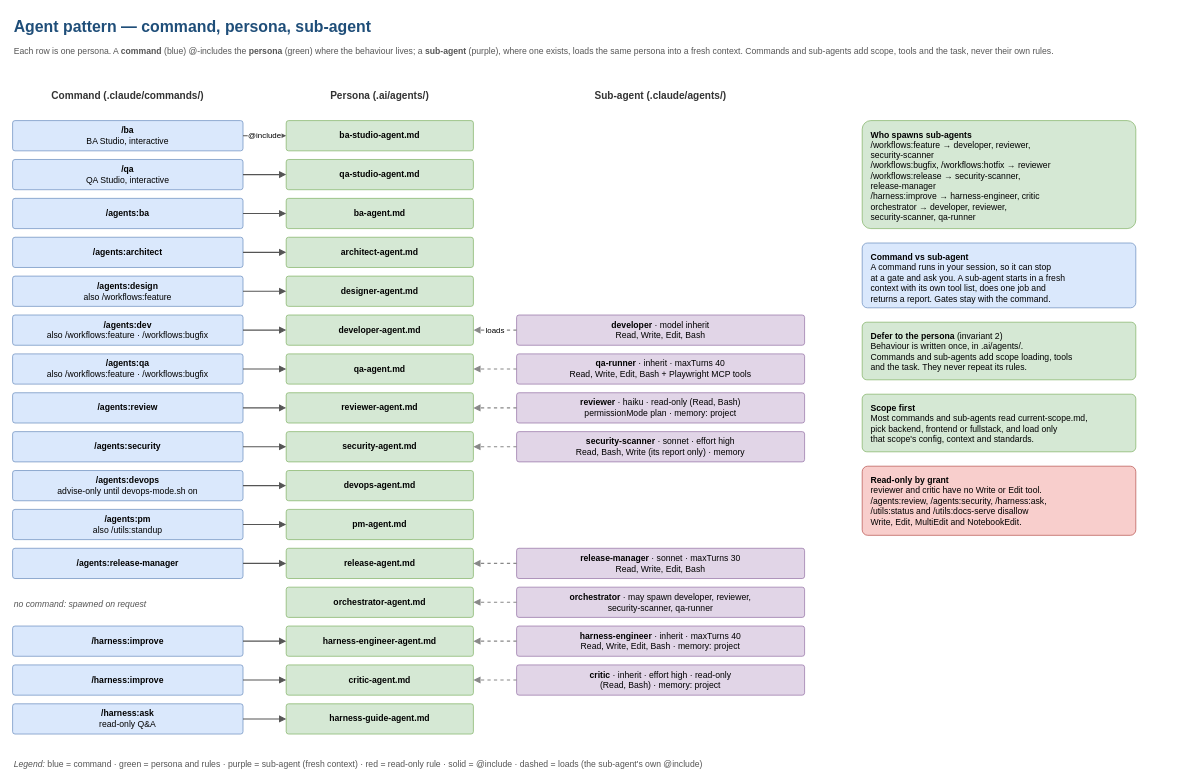
Above: page "2 Agent Pattern" (2 of 12) of docs/harness-docs/diagrams/ai-dev-harness/ai-dev-harness.drawio in absjabed/ai-dev-harness (draw.io), before the change. Source tidied: cells renumbered, new cells numbered last; positions are measured from the earlier drawing's top-left corner, leaving out a move shared by most shapes. Both pictures are drawn from the tidied source at 72%, with x=0, y=0 at pixel (12, 12).
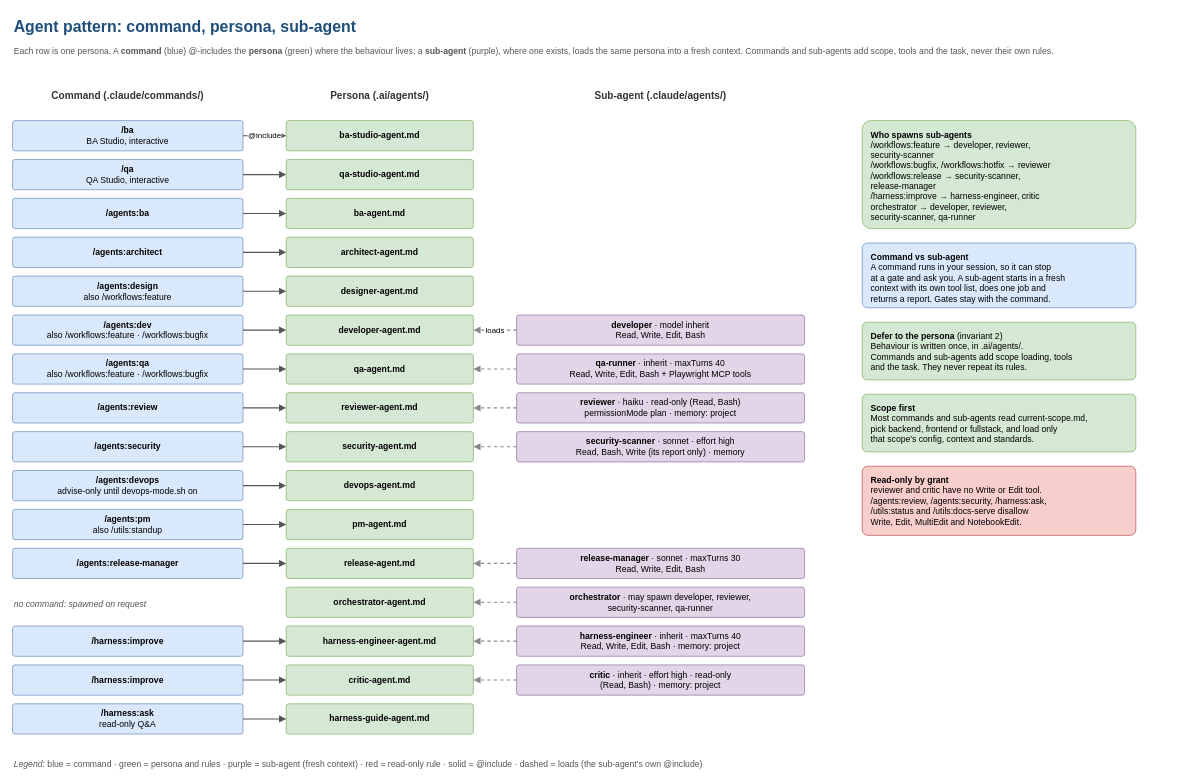
Above is the later version.

Diff of the diagram source:
```diff
@@
-    <mxCell id="2" value="Agent pattern — command, persona, sub-agent" style="text;fontSize=22;fontStyle=1;fontColor=#1f4e79;align=left;verticalAlign=middle;strokeColor=none;fillColor=none;html=1;whiteSpace=wrap;fontFamily=Helvetica;" parent="1" vertex="1">
+    <mxCell id="2" value="Agent pattern: command, persona, sub-agent" style="text;fontSize=22;fontStyle=1;fontColor=#1f4e79;align=left;verticalAlign=middle;strokeColor=none;fillColor=none;html=1;whiteSpace=wrap;fontFamily=Helvetica;" parent="1" vertex="1">
       <mxGeometry width="1200" height="40" as="geometry" />
     </mxCell>
```
